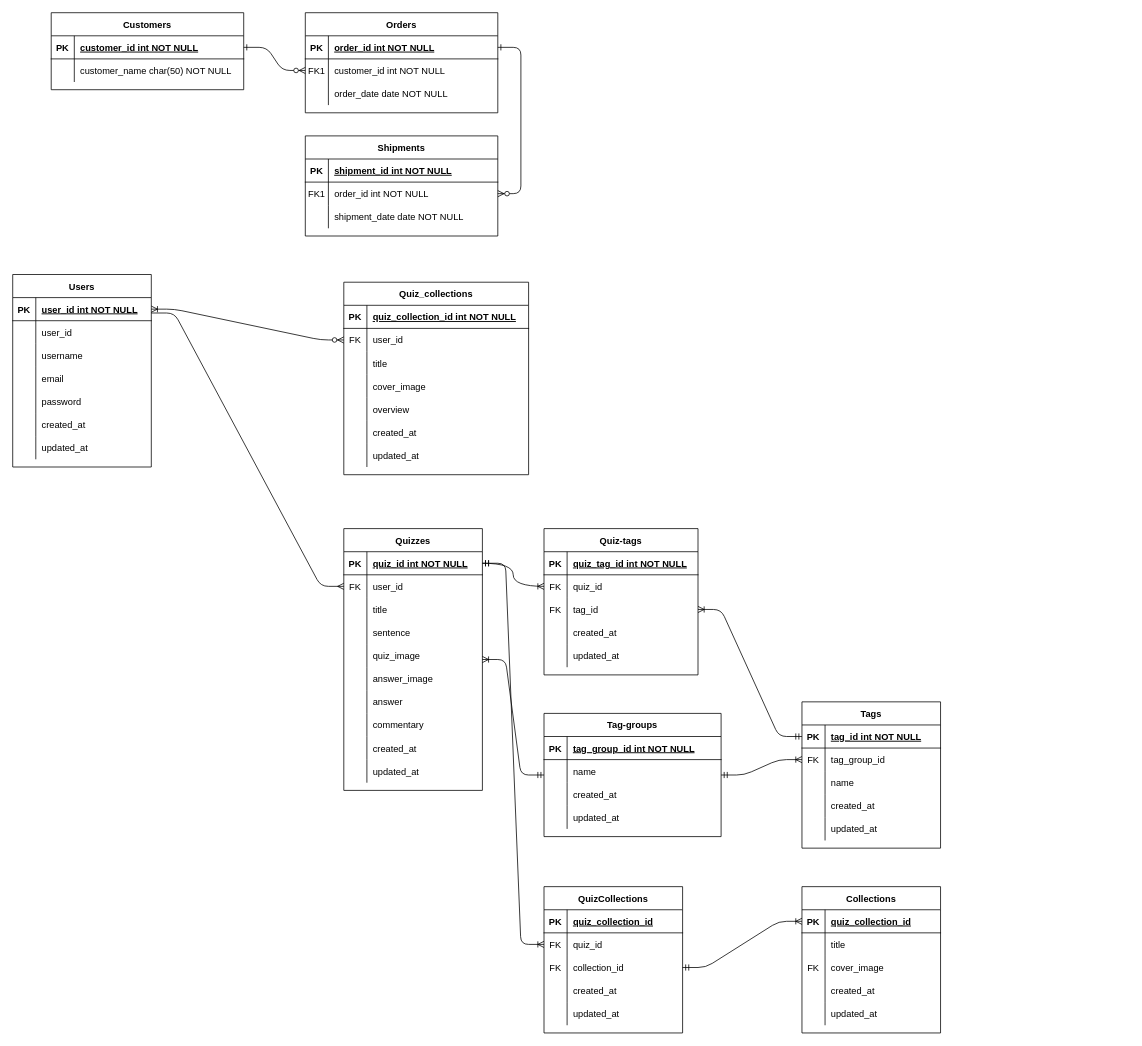
blue-drill/kurenai-dorill.github.io keeps this draw.io diagram as 名称未設定ファイル.drawio. Above is the earlier version. Source tidied: cells renumbered, new cells numbered last; positions are measured from the earlier drawing's top-left corner, leaving out a move shared by most shapes. Both pictures are drawn from the tidied source at 77%, with x=0, y=0 at pixel (12, 12).
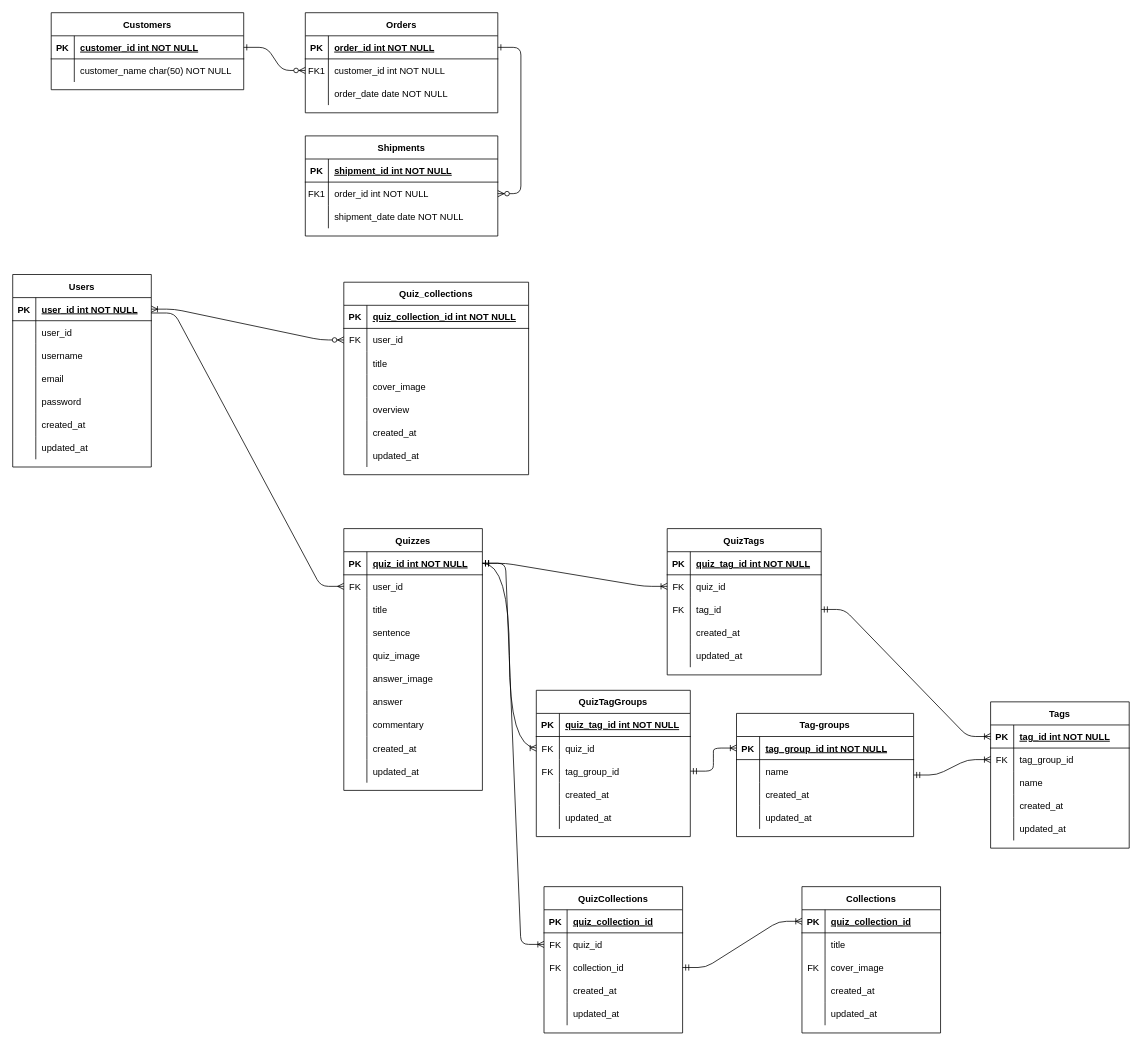
After the change.

Commit message:
名称未設定ファイル.drawio を更新します

The change refers to these unchanged cells:
```xml
<mxCell id="53" value="Quizzes" style="shape=table;startSize=30;childLayout=tableLayout;rowLines=0;fontStyle=1;align=center;" parent="1" vertex="1">
  <mxGeometry x="430" y="670" width="180" height="340" as="geometry" />
</mxCell>
<mxCell id="54" style="shape=partialRectangle;fillColor=none;top=0;left=0;bottom=1;right=0;points=[[0,0.5],[1,0.5]];portConstraint=eastwest;" parent="53" vertex="1">
  <mxGeometry y="30" width="180" height="30" as="geometry" />
</mxCell>
<mxCell id="109" style="shape=partialRectangle;fillColor=none;top=0;left=0;bottom=1;right=0;points=[[0,0.5],[1,0.5]];portConstraint=eastwest;" parent="108" vertex="1">
  <mxGeometry y="30" width="180" height="30" as="geometry" />
</mxCell>
<mxCell id="125" style="shape=partialRectangle;fillColor=none;top=0;left=0;bottom=1;right=0;points=[[0,0.5],[1,0.5]];portConstraint=eastwest;" parent="124" vertex="1">
  <mxGeometry y="30" width="230" height="30" as="geometry" />
</mxCell>
<mxCell id="144" style="shape=partialRectangle;fillColor=none;top=0;left=0;bottom=0;right=0;points=[[0,0.5],[1,0.5]];portConstraint=eastwest;" parent="137" vertex="1">
  <mxGeometry y="90" width="200" height="30" as="geometry" />
</mxCell>
```

Change to the diagram source:
```diff
@@
     <mxCell id="108" value="Tags" style="shape=table;startSize=30;childLayout=tableLayout;rowLines=0;fontStyle=1;align=center;" parent="1" vertex="1">
-      <mxGeometry x="1025" y="895" width="180" height="190" as="geometry" />
+      <mxGeometry x="1270" y="895" width="180" height="190" as="geometry" />
     </mxCell>
@@
     <mxCell id="124" value="Tag-groups" style="shape=table;startSize=30;childLayout=tableLayout;rowLines=0;fontStyle=1;align=center;" parent="1" vertex="1">
-      <mxGeometry x="690" y="910" width="230" height="160" as="geometry" />
+      <mxGeometry x="940" y="910" width="230" height="160" as="geometry" />
     </mxCell>
@@
-    <mxCell id="137" value="Quiz-tags" style="shape=table;startSize=30;childLayout=tableLayout;rowLines=0;fontStyle=1;align=center;" parent="1" vertex="1">
-      <mxGeometry x="690" y="670" width="200" height="190" as="geometry" />
+    <mxCell id="137" value="QuizTagGroups" style="shape=table;startSize=30;childLayout=tableLayout;rowLines=0;fontStyle=1;align=center;" parent="1" vertex="1">
+      <mxGeometry x="680" y="880" width="200" height="190" as="geometry" />
     </mxCell>
@@
-    <mxCell id="146" value="tag_id" style="shape=partialRectangle;fillColor=none;top=0;left=0;bottom=0;right=0;align=left;spacingLeft=6;overflow=hidden;" parent="144" vertex="1">
+    <mxCell id="146" value="tag_group_id" style="shape=partialRectangle;fillColor=none;top=0;left=0;bottom=0;right=0;align=left;spacingLeft=6;overflow=hidden;" parent="144" vertex="1">
       <mxGeometry x="30" width="170" height="30" as="geometry" />
     </mxCell>
@@
-    <mxCell id="153" style="edgeStyle=entityRelationEdgeStyle;fontSize=12;html=1;endArrow=ERoneToMany;startArrow=ERmandOne;" parent="1" edge="1" source="124" target="53">
-      <mxGeometry relative="1" as="geometry" />
-    </mxCell>
@@
-    <mxCell id="155" style="edgeStyle=entityRelationEdgeStyle;fontSize=12;html=1;endArrow=ERoneToMany;startArrow=ERmandOne;" parent="1" edge="1" source="109" target="144">
-      <mxGeometry relative="1" as="geometry" />
-    </mxCell>
@@
+    <mxCell id="191" style="edgeStyle=entityRelationEdgeStyle;fontSize=12;html=1;endArrow=ERoneToMany;startArrow=ERmandOne;" parent="1" edge="1" source="144" target="125">
+      <mxGeometry relative="1" as="geometry" />
+    </mxCell>
+    <mxCell id="192" value="QuizTags" style="shape=table;startSize=30;childLayout=tableLayout;rowLines=0;fontStyle=1;align=center;" parent="1" vertex="1">
+      <mxGeometry x="850" y="670" width="200" height="190" as="geometry" />
+    </mxCell>
+    <mxCell id="193" style="shape=partialRectangle;fillColor=none;top=0;left=0;bottom=1;right=0;" parent="192" vertex="1">
+      <mxGeometry y="30" width="200" height="30" as="geometry" />
+    </mxCell>
+    <mxCell id="194" value="PK" style="shape=partialRectangle;fillColor=none;top=0;left=0;bottom=0;right=0;fontStyle=1;overflow=hidden;" parent="193" vertex="1">
+      <mxGeometry width="30" height="30" as="geometry" />
+    </mxCell>
+    <mxCell id="195" value="quiz_tag_id int NOT NULL" style="shape=partialRectangle;fillColor=none;top=0;left=0;bottom=0;right=0;align=left;spacingLeft=6;fontStyle=5;overflow=hidden;" parent="193" vertex="1">
+      <mxGeometry x="30" width="170" height="30" as="geometry" />
+    </mxCell>
+    <mxCell id="196" style="shape=partialRectangle;fillColor=none;top=0;left=0;bottom=0;right=0;points=[[0,0.5],[1,0.5]];portConstraint=eastwest;" parent="192" vertex="1">
+      <mxGeometry y="60" width="200" height="30" as="geometry" />
+    </mxCell>
+    <mxCell id="197" value="FK" style="shape=partialRectangle;fillColor=none;top=0;left=0;bottom=0;right=0;overflow=hidden;" parent="196" vertex="1">
+      <mxGeometry width="30" height="30" as="geometry" />
+    </mxCell>
+    <mxCell id="198" value="quiz_id" style="shape=partialRectangle;fillColor=none;top=0;left=0;bottom=0;right=0;align=left;spacingLeft=6;overflow=hidden;" parent="196" vertex="1">
+      <mxGeometry x="30" width="170" height="30" as="geometry" />
+    </mxCell>
+    <mxCell id="199" style="shape=partialRectangle;fillColor=none;top=0;left=0;bottom=0;right=0;points=[[0,0.5],[1,0.5]];portConstraint=eastwest;" parent="192" vertex="1">
+      <mxGeometry y="90" width="200" height="30" as="geometry" />
+    </mxCell>
+    <mxCell id="200" value="FK" style="shape=partialRectangle;fillColor=none;top=0;left=0;bottom=0;right=0;overflow=hidden;" parent="199" vertex="1">
+      <mxGeometry width="30" height="30" as="geometry" />
+    </mxCell>
+    <mxCell id="201" value="tag_id" style="shape=partialRectangle;fillColor=none;top=0;left=0;bottom=0;right=0;align=left;spacingLeft=6;overflow=hidden;" parent="199" vertex="1">
+      <mxGeometry x="30" width="170" height="30" as="geometry" />
+    </mxCell>
+    <mxCell id="202" style="shape=partialRectangle;fillColor=none;top=0;left=0;bottom=0;right=0;" parent="192" vertex="1">
+      <mxGeometry y="120" width="200" height="30" as="geometry" />
+    </mxCell>
+    <mxCell id="203" style="shape=partialRectangle;fillColor=none;top=0;left=0;bottom=0;right=0;overflow=hidden;" parent="202" vertex="1">
+      <mxGeometry width="30" height="30" as="geometry" />
+    </mxCell>
+    <mxCell id="204" value="created_at" style="shape=partialRectangle;fillColor=none;top=0;left=0;bottom=0;right=0;align=left;spacingLeft=6;overflow=hidden;" parent="202" vertex="1">
+      <mxGeometry x="30" width="170" height="30" as="geometry" />
+    </mxCell>
+    <mxCell id="205" style="shape=partialRectangle;fillColor=none;top=0;left=0;bottom=0;right=0;" parent="192" vertex="1">
+      <mxGeometry y="150" width="200" height="30" as="geometry" />
+    </mxCell>
+    <mxCell id="206" style="shape=partialRectangle;fillColor=none;top=0;left=0;bottom=0;right=0;overflow=hidden;" parent="205" vertex="1">
+      <mxGeometry width="30" height="30" as="geometry" />
+    </mxCell>
+    <mxCell id="207" value="updated_at" style="shape=partialRectangle;fillColor=none;top=0;left=0;bottom=0;right=0;align=left;spacingLeft=6;overflow=hidden;" parent="205" vertex="1">
+      <mxGeometry x="30" width="170" height="30" as="geometry" />
+    </mxCell>
+    <mxCell id="208" style="edgeStyle=entityRelationEdgeStyle;fontSize=12;html=1;endArrow=ERoneToMany;startArrow=ERmandOne;" parent="1" edge="1" source="54" target="196">
+      <mxGeometry relative="1" as="geometry" />
+    </mxCell>
+    <mxCell id="209" style="edgeStyle=entityRelationEdgeStyle;fontSize=12;html=1;endArrow=ERoneToMany;startArrow=ERmandOne;entryX=0;entryY=0.5;entryDx=0;entryDy=0;" parent="1" edge="1" source="199" target="109">
+      <mxGeometry relative="1" as="geometry" />
+    </mxCell>
```
